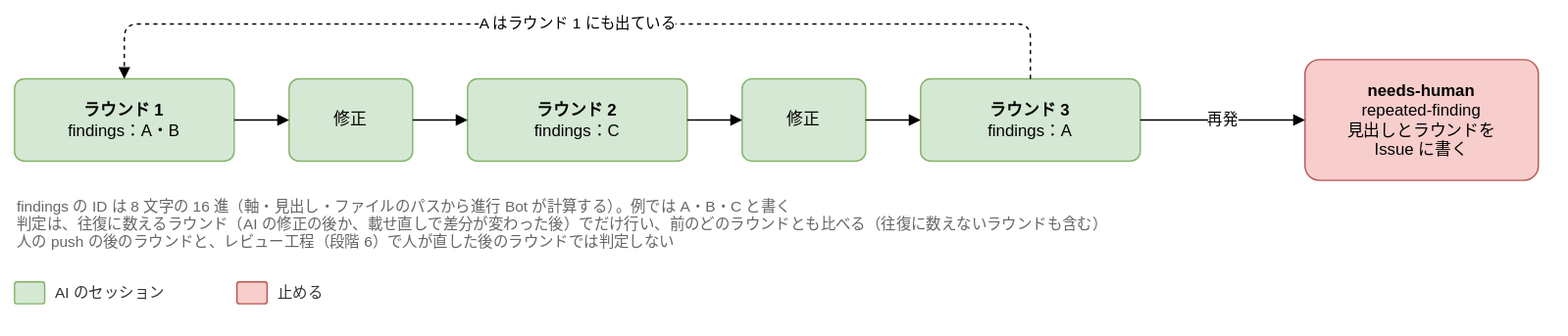
Joymerrevent/dev-autopilot keeps this draw.io diagram as docs/design/basic/diagrams/02-repeated-findings.drawio.svg. Above is the earlier version. Source tidied: cells renumbered, new cells last; positions are measured from the earlier drawing's top-left corner, leaving out a move shared by most shapes.
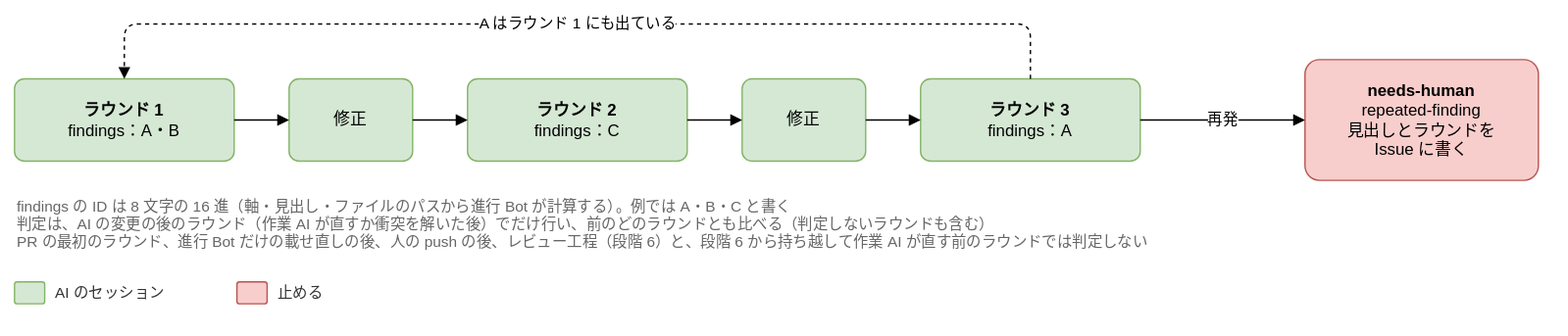
After the commit.

Change to the diagram source:
```diff
@@ -43,7 +43,7 @@
         </Array>
       </mxGeometry>
     </mxCell>
-    <mxCell id="14" value="findings の ID は 8 文字の 16 進（軸・見出し・ファイルのパスから進行 Bot が計算する）。例では A・B・C と書く&lt;br&gt;判定は、往復に数えるラウンド（AI の修正の後か、載せ直しで差分が変わった後）でだけ行い、前のどのラウンドとも比べる（往復に数えないラウンドも含む）&lt;br&gt;人の push の後のラウンドと、レビュー工程（段階 6）で人が直した後のラウンドでは判定しない" style="text;html=1;whiteSpace=wrap;align=left;verticalAlign=top;fontSize=11;fontColor=#666666;" parent="1" vertex="1">
+    <mxCell id="14" value="findings の ID は 8 文字の 16 進（軸・見出し・ファイルのパスから進行 Bot が計算する）。例では A・B・C と書く&lt;br&gt;判定は、AI の変更の後のラウンド（作業 AI が直すか衝突を解いた後）でだけ行い、前のどのラウンドとも比べる（判定しないラウンドも含む）&lt;br&gt;PR の最初のラウンド、進行 Bot だけの載せ直しの後、人の push の後、レビュー工程（段階 6）と、段階 6 から持ち越して作業 AI が直す前のラウンドでは判定しない" style="text;html=1;whiteSpace=wrap;align=left;verticalAlign=top;fontSize=11;fontColor=#666666;" parent="1" vertex="1">
       <mxGeometry y="120" width="1100" height="50" as="geometry" />
     </mxCell>
     <mxCell id="15" style="rounded=1;whiteSpace=wrap;html=1;fontSize=12;arcSize=12;spacing=12;fillColor=#d5e8d4;strokeColor=#82b366;" parent="1" vertex="1">
```
